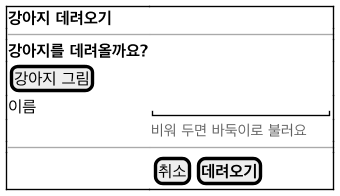
The PlantUML diagram docs/diagrams/ui-adopt.png in 2026-2-software-system-design-11/planning-pet-app, before a commit.
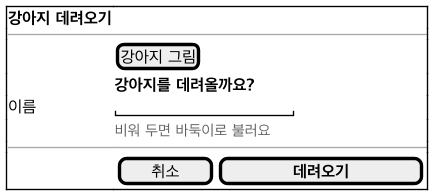
The same file after the commit.

Commit message:
docs(pet): 05 데려오기 창과 상점 카드 글, ui-adopt, 디자인 시스템 데려오기 창 절, 수동 확인 표 적기 (#311)

Diff of the diagram source:
```diff
@@ -3,11 +3,11 @@
 {+
   <b>강아지 데려오기</b> | .
   --|--
-  <b>강아지를 데려올까요?</b> | .
-  [강아지 그림] | .
+  . | [강아지 그림]
+  . | <b>강아지를 데려올까요?</b>
   이름 | "                "
   . | <size:11><color:#666666>비워 두면 바둑이로 불러요</color></size>
   --|--
-  . | { [취소] | [<b>데려오기</b>] }
+  . | { [   취소   ] | [<b>       데려오기       </b>] }
 }
 @endsalt
```
